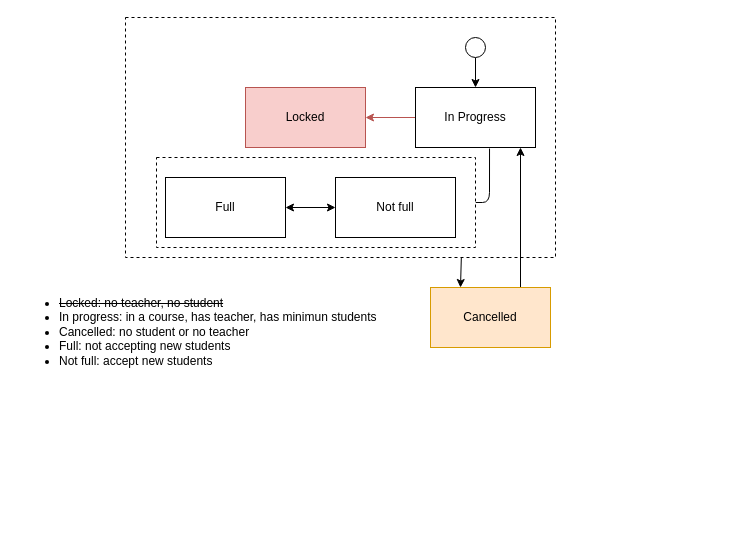
Earlier version of the draw.io diagram page "SubjectState" (5 of 10) of architecture/components-phase1.drawio (douglasdcm/tdd_detroid). Source tidied: cells renumbered, new cells numbered last; positions are measured from the earlier drawing's top-left corner, leaving out a move shared by most shapes. Both pictures are drawn from the tidied source at 100%, with x=0, y=0 at pixel (17, 17).
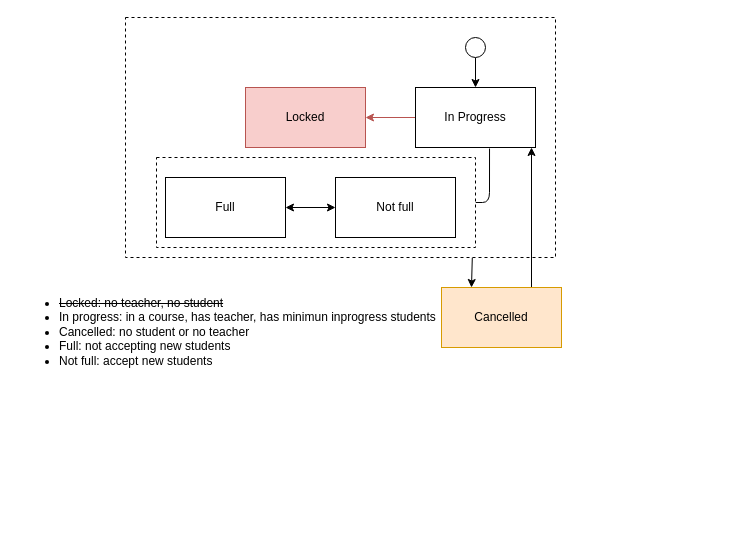
The same diagram, later.

Diff of the diagram source:
```diff
@@
 <mxGraphModel>
   <root>
     <mxCell id="0" />
     <mxCell id="1" parent="0" />
-    <mxCell id="2" value="&lt;div&gt;&lt;ul&gt;&lt;li&gt;&lt;strike&gt;Locked: no teacher, no student&lt;/strike&gt;&lt;/li&gt;&lt;li&gt;In progress: in a course, has teacher, has minimun students&lt;/li&gt;&lt;li&gt;Cancelled: no student or no teacher&lt;/li&gt;&lt;li&gt;Full: not accepting new students&lt;/li&gt;&lt;li&gt;Not full: accept new students&lt;/li&gt;&lt;/ul&gt;&lt;/div&gt;" style="text;html=1;align=left;verticalAlign=top;whiteSpace=wrap;rounded=0;" parent="1" vertex="1">
+    <mxCell id="2" value="&lt;div&gt;&lt;ul&gt;&lt;li&gt;&lt;strike&gt;Locked: no teacher, no student&lt;/strike&gt;&lt;/li&gt;&lt;li&gt;In progress: in a course, has teacher, has minimun inprogress students&lt;/li&gt;&lt;li&gt;Cancelled: no student or no teacher&lt;/li&gt;&lt;li&gt;Full: not accepting new students&lt;/li&gt;&lt;li&gt;Not full: accept new students&lt;/li&gt;&lt;/ul&gt;&lt;/div&gt;" style="text;html=1;align=left;verticalAlign=top;whiteSpace=wrap;rounded=0;" parent="1" vertex="1">
       <mxGeometry y="260" width="700" height="260" as="geometry" />
     </mxCell>
-    <mxCell id="3" style="edgeStyle=none;html=1;entryX=0.25;entryY=0;entryDx=0;entryDy=0;exitX=0.781;exitY=1;exitDx=0;exitDy=0;exitPerimeter=0;" parent="1" edge="1" source="4" target="6">
-      <mxGeometry relative="1" as="geometry" />
+    <mxCell id="3" style="edgeStyle=none;html=1;entryX=0.25;entryY=0;entryDx=0;entryDy=0;exitX=0.781;exitY=1;exitDx=0;exitDy=0;exitPerimeter=0;" parent="1" edge="1" target="6">
+      <mxGeometry relative="1" as="geometry">
+        <mxPoint x="454.8" y="240" as="sourcePoint" />
+      </mxGeometry>
     </mxCell>
     <mxCell id="4" style="rounded=0;whiteSpace=wrap;html=1;dashed=1;" parent="1" vertex="1">
       <mxGeometry x="108" width="430" height="240" as="geometry" />
     </mxCell>
-    <mxCell id="5" style="html=1;entryX=0.875;entryY=1;entryDx=0;entryDy=0;exitX=0.75;exitY=0;exitDx=0;exitDy=0;entryPerimeter=0;" parent="1" edge="1" source="6" target="10">
-      <mxGeometry relative="1" as="geometry" />
+    <mxCell id="5" style="html=1;entryX=0.875;entryY=1;entryDx=0;entryDy=0;exitX=0.75;exitY=0;exitDx=0;exitDy=0;entryPerimeter=0;" parent="1" edge="1" source="6">
+      <mxGeometry relative="1" as="geometry">
+        <mxPoint x="514" y="130" as="targetPoint" />
+      </mxGeometry>
     </mxCell>
     <mxCell id="6" value="Cancelled" style="rounded=0;whiteSpace=wrap;html=1;fillColor=#ffe6cc;strokeColor=#d79b00;" parent="1" vertex="1">
-      <mxGeometry x="413" y="270" width="120" height="60" as="geometry" />
+      <mxGeometry x="424" y="270" width="120" height="60" as="geometry" />
     </mxCell>
     <mxCell id="7" style="edgeStyle=none;html=1;startArrow=classic;startFill=1;endArrow=none;endFill=0;fillColor=#f8cecc;strokeColor=#b85450;" parent="1" edge="1" source="8" target="10">
       <mxGeometry relative="1" as="geometry" />
     </mxCell>
     <mxCell id="8" value="Locked" style="rounded=0;whiteSpace=wrap;html=1;fillColor=#f8cecc;strokeColor=#b85450;" parent="1" vertex="1">
       <mxGeometry x="228" y="70" width="120" height="60" as="geometry" />
     </mxCell>
     <mxCell id="9" style="edgeStyle=orthogonalEdgeStyle;html=1;entryX=1;entryY=0.5;entryDx=0;entryDy=0;elbow=vertical;exitX=0.617;exitY=1.017;exitDx=0;exitDy=0;exitPerimeter=0;endArrow=none;endFill=0;" parent="1" edge="1" source="10" target="13">
       <mxGeometry relative="1" as="geometry" />
     </mxCell>
     <mxCell id="10" value="In Progress" style="rounded=0;whiteSpace=wrap;html=1;" parent="1" vertex="1">
       <mxGeometry x="398" y="70" width="120" height="60" as="geometry" />
     </mxCell>
     <mxCell id="11" style="edgeStyle=none;html=1;entryX=0.5;entryY=0;entryDx=0;entryDy=0;" parent="1" edge="1" source="12" target="10">
       <mxGeometry relative="1" as="geometry" />
     </mxCell>
     <mxCell id="12" style="ellipse;whiteSpace=wrap;html=1;" parent="1" vertex="1">
       <mxGeometry x="448" y="20" width="20" height="20" as="geometry" />
     </mxCell>
     <mxCell id="13" style="rounded=0;whiteSpace=wrap;html=1;dashed=1;" parent="1" vertex="1">
       <mxGeometry x="139" y="140" width="319" height="90" as="geometry" />
     </mxCell>
     <mxCell id="14" value="Full" style="rounded=0;whiteSpace=wrap;html=1;" parent="1" vertex="1">
       <mxGeometry x="148" y="160" width="120" height="60" as="geometry" />
     </mxCell>
     <mxCell id="15" style="html=1;entryX=1;entryY=0.5;entryDx=0;entryDy=0;elbow=vertical;startArrow=classic;startFill=1;" parent="1" edge="1" source="16" target="14">
       <mxGeometry relative="1" as="geometry" />
     </mxCell>
     <mxCell id="16" value="Not full" style="rounded=0;whiteSpace=wrap;html=1;" parent="1" vertex="1">
       <mxGeometry x="318" y="160" width="120" height="60" as="geometry" />
     </mxCell>
   </root>
 </mxGraphModel>
```
